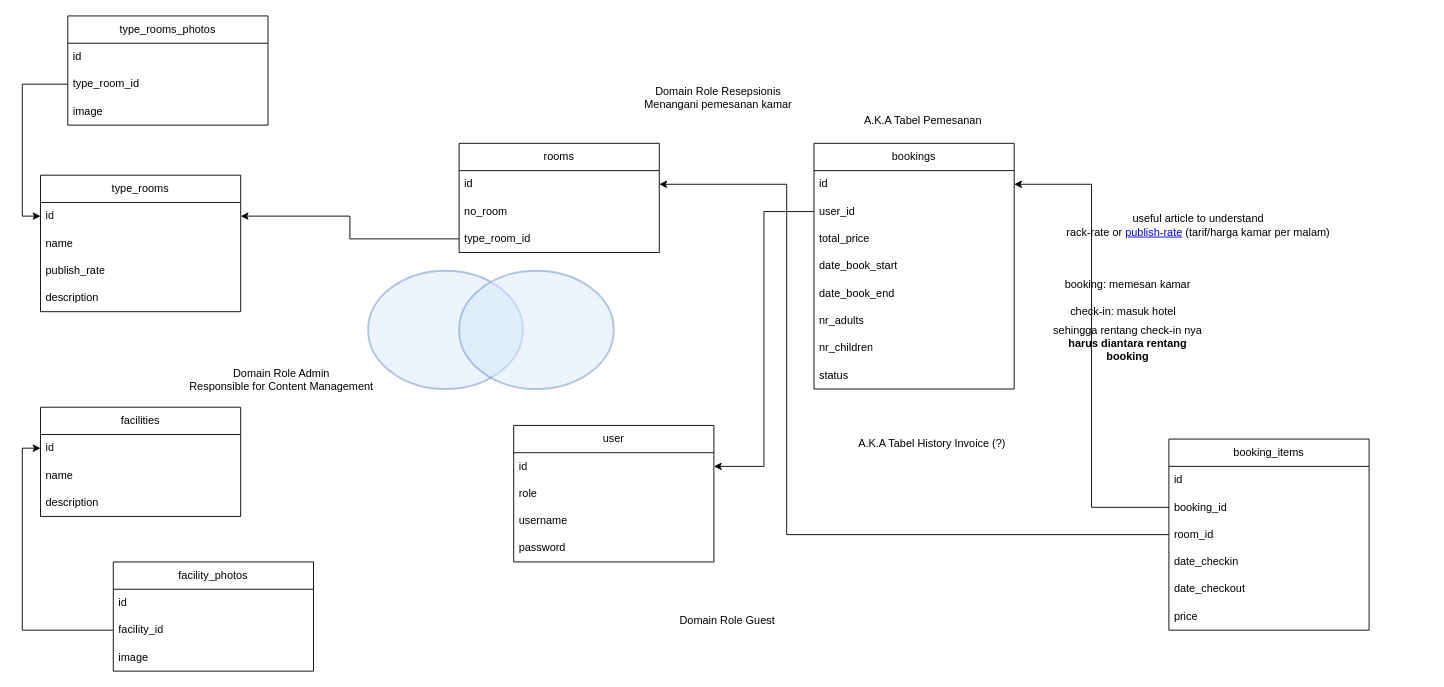
Before: ERD.drawio in ahmadxgani/oishi_hotel, a draw.io diagram. Source tidied: cells renumbered, new cells numbered last; positions are measured from the earlier drawing's top-left corner, leaving out a move shared by most shapes. Both pictures are drawn from the tidied source at 91%, with x=0, y=0 at pixel (40, 15).
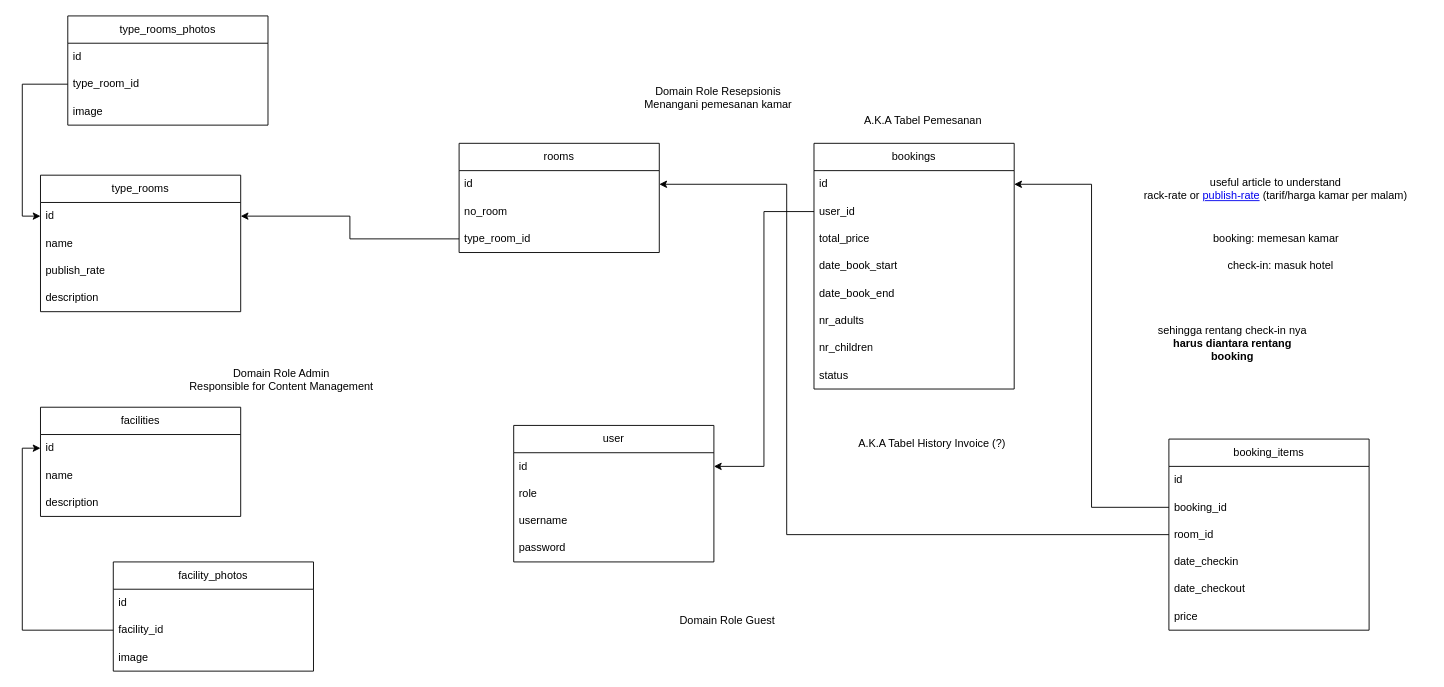
The same diagram, later.

What changed in the source:
```diff
@@
     <mxCell id="36" value="check-in: masuk hotel" style="text;html=1;strokeColor=none;fillColor=none;align=center;verticalAlign=middle;whiteSpace=wrap;rounded=0;" parent="1" vertex="1">
-      <mxGeometry x="1120" y="310" width="140" height="30" as="geometry" />
+      <mxGeometry x="1292.5" y="260" width="140" height="30" as="geometry" />
     </mxCell>
     <mxCell id="37" value="booking: memesan kamar" style="text;html=1;strokeColor=none;fillColor=none;align=center;verticalAlign=middle;whiteSpace=wrap;rounded=0;" parent="1" vertex="1">
-      <mxGeometry x="1120" y="280" width="150" height="30" as="geometry" />
+      <mxGeometry x="1282.5" y="230" width="150" height="30" as="geometry" />
     </mxCell>
@@
     <mxCell id="39" value="sehingga rentang check-in nya &lt;b&gt;harus diantara rentang booking&lt;/b&gt;" style="text;html=1;strokeColor=none;fillColor=none;align=center;verticalAlign=middle;whiteSpace=wrap;rounded=0;" parent="1" vertex="1">
-      <mxGeometry x="1105" y="340" width="180" height="40" as="geometry" />
+      <mxGeometry x="1220" y="340" width="180" height="40" as="geometry" />
     </mxCell>
@@
-    <mxCell id="50" style="ellipse;whiteSpace=wrap;html=1;rounded=1;shadow=0;comic=0;strokeColor=#6c8ebf;strokeWidth=2;fillColor=#dae8fc;fontSize=22;fontColor=#000000;opacity=50;" parent="1" vertex="1">
-      <mxGeometry x="360" y="280" width="170" height="130" as="geometry" />
-    </mxCell>
-    <mxCell id="51" style="ellipse;whiteSpace=wrap;html=1;rounded=1;shadow=0;comic=0;strokeColor=#6c8ebf;strokeWidth=2;fillColor=#dae8fc;fontSize=22;fontColor=#000000;opacity=50;" parent="1" vertex="1">
-      <mxGeometry x="460" y="280" width="170" height="130" as="geometry" />
-    </mxCell>
     <mxCell id="52" value="useful article to understand&lt;br&gt;rack-rate or&amp;nbsp;&lt;a href=&quot;https://community.withairbnb.com/t5/Community-Cafe/Inquiries-vs-booking-rates/td-p/1473329&quot;&gt;publish-rate&lt;/a&gt;&amp;nbsp;(tarif/harga kamar per malam)" style="text;html=1;strokeColor=none;fillColor=none;align=center;verticalAlign=middle;whiteSpace=wrap;rounded=0;" parent="1" vertex="1">
-      <mxGeometry x="1105" y="210" width="335" height="40" as="geometry" />
+      <mxGeometry x="1190" y="170" width="335" height="40" as="geometry" />
     </mxCell>
```
